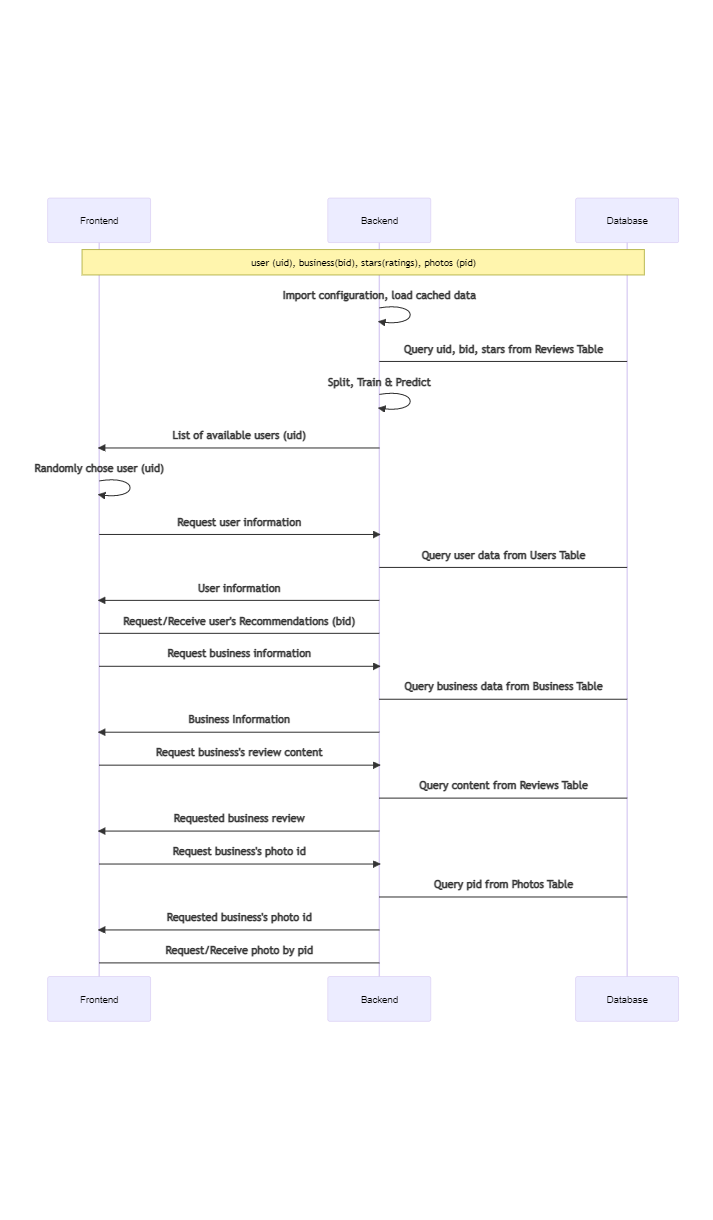
BenjaminWang236/YelpPersonalizedRecommendationEngine keeps this Mermaid diagram as Presentation Diagrams/workflow.png. Above is the earlier version. Its source is kept beside it as Presentation Diagrams/workflow.mmd.
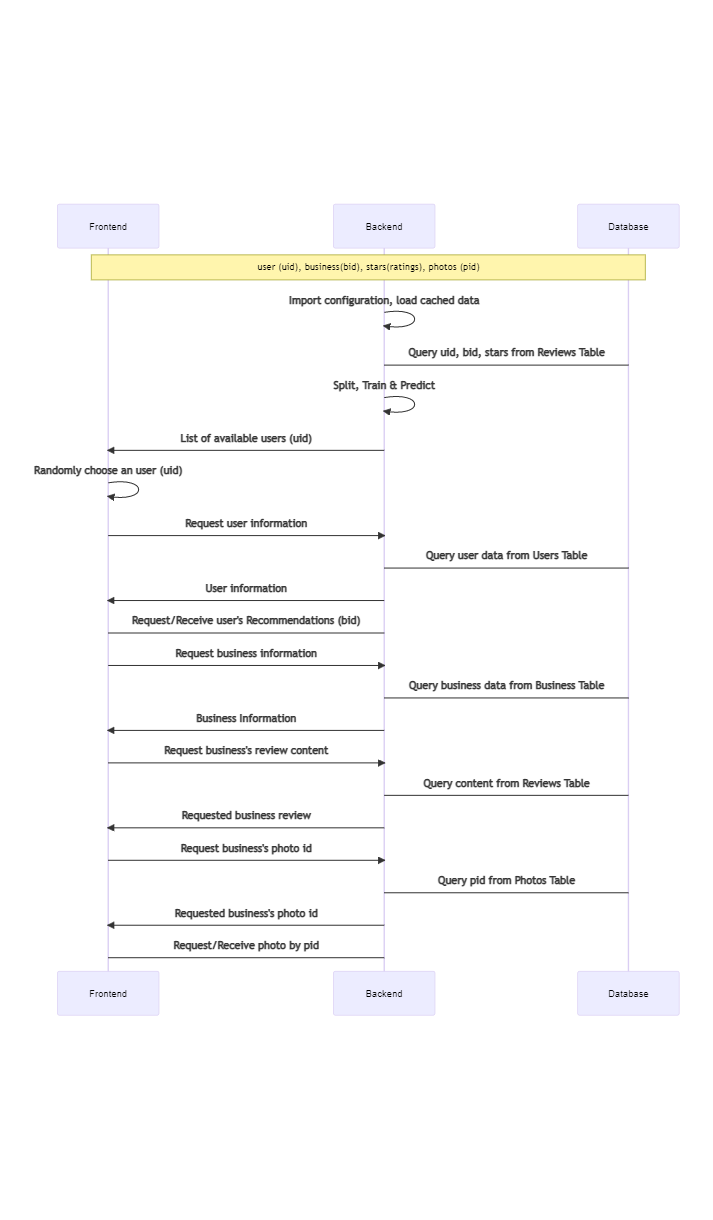
After the change.

Change to the diagram source:
```diff
@@ -7,7 +7,7 @@
     B->D: Query uid, bid, stars from Reviews Table
     B->>B: Split, Train & Predict
     B->>F: List of available users (uid)
-    F->>F: Randomly chose user (uid)
+    F->>F: Randomly choose an user (uid)
     F->>B: Request user information
     B->D: Query user data from Users Table
     B->>F: User information
```
